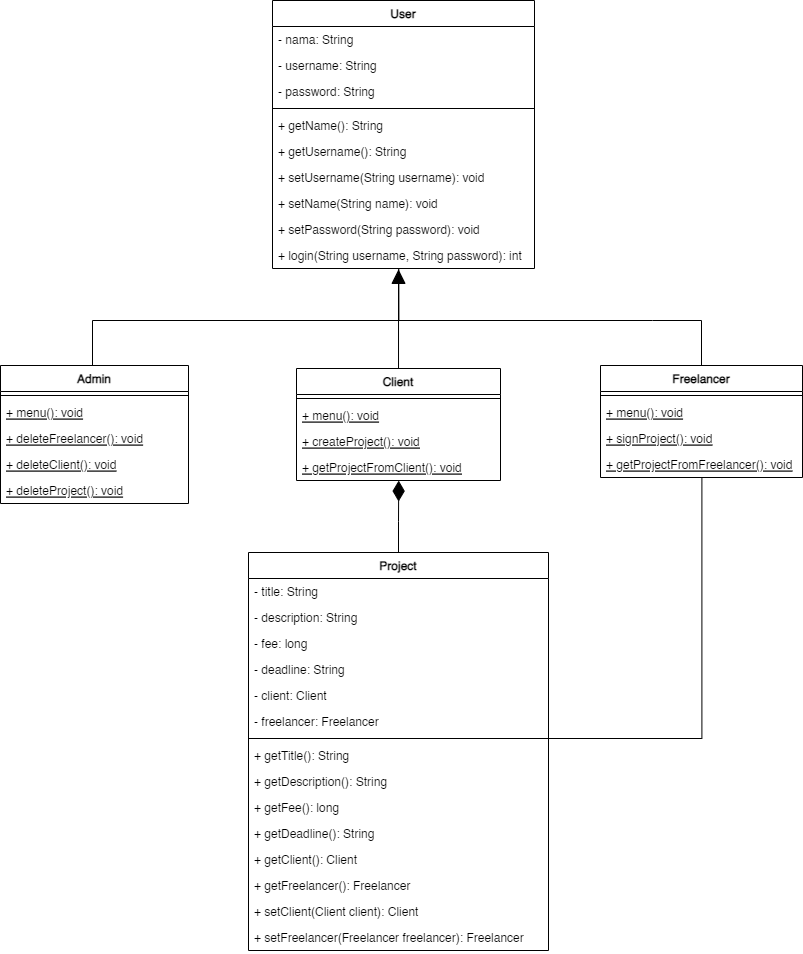
fabianhabil/fortune-freelance keeps this draw.io diagram as class diagram.png. Above is the earlier version. Source tidied: cells renumbered, new cells last; positions are measured from the earlier drawing's top-left corner, leaving out a move shared by most shapes.
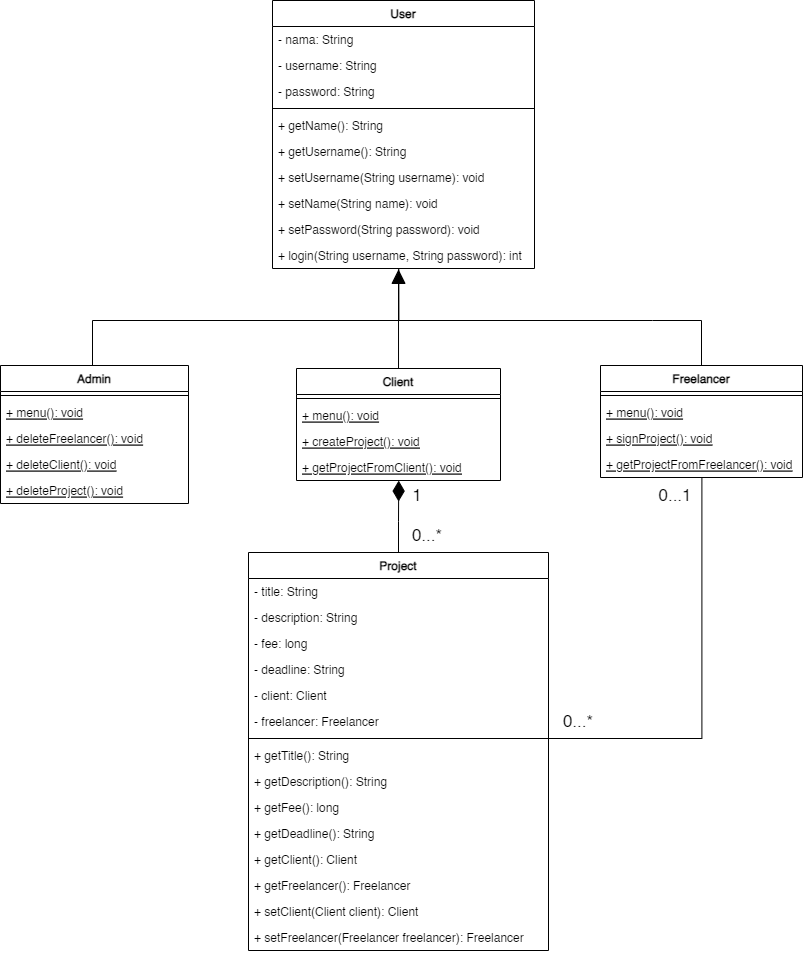
After the commit.

Commit message:
lupa nambahin relationship angka nya

What changed in the source:
```diff
@@ -161,5 +161,17 @@
     <mxCell id="49" value="+ setFreelancer(Freelancer freelancer): Freelancer&#10;" style="text;strokeColor=none;fillColor=none;align=left;verticalAlign=top;spacingLeft=4;spacingRight=4;overflow=hidden;fontStyle=0;" parent="34" vertex="1">
       <mxGeometry y="372" width="300" height="26" as="geometry" />
     </mxCell>
+    <mxCell id="50" value="&lt;font style=&quot;font-size: 17px;&quot;&gt;0...*&lt;/font&gt;" style="text;html=1;strokeColor=none;fillColor=none;align=center;verticalAlign=middle;whiteSpace=wrap;rounded=0;" parent="1" vertex="1">
+      <mxGeometry x="548" y="706" width="60" height="30" as="geometry" />
+    </mxCell>
+    <mxCell id="51" value="&lt;font style=&quot;font-size: 17px;&quot;&gt;0...1&lt;/font&gt;" style="text;html=1;strokeColor=none;fillColor=none;align=center;verticalAlign=middle;whiteSpace=wrap;rounded=0;" parent="1" vertex="1">
+      <mxGeometry x="645" y="480" width="60" height="30" as="geometry" />
+    </mxCell>
+    <mxCell id="52" value="&lt;font style=&quot;font-size: 17px;&quot;&gt;0...*&lt;/font&gt;" style="text;html=1;strokeColor=none;fillColor=none;align=center;verticalAlign=middle;whiteSpace=wrap;rounded=0;" parent="1" vertex="1">
+      <mxGeometry x="397" y="520" width="60" height="30" as="geometry" />
+    </mxCell>
+    <mxCell id="53" value="&lt;font style=&quot;font-size: 17px;&quot;&gt;1&lt;/font&gt;" style="text;html=1;strokeColor=none;fillColor=none;align=center;verticalAlign=middle;whiteSpace=wrap;rounded=0;" parent="1" vertex="1">
+      <mxGeometry x="387" y="480" width="60" height="30" as="geometry" />
+    </mxCell>
   </root>
 </mxGraphModel>
```
